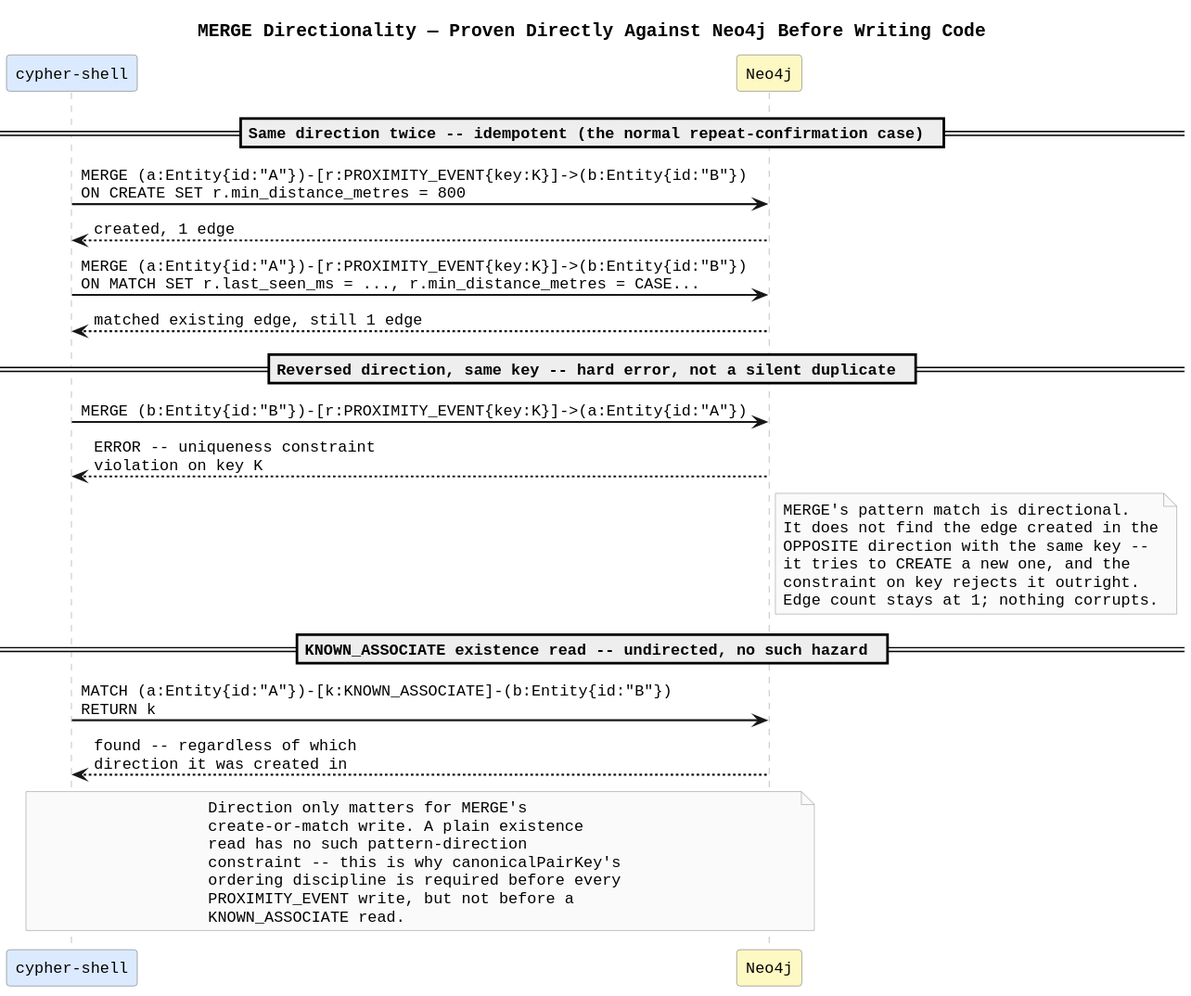
This is diagrams/docs/implementation/phase-05-correlation-worker/concepts/neo4j-proximity-event/merge-directionality.svg from Buffden/sentinel, a PlantUML export, as it was before one commit.
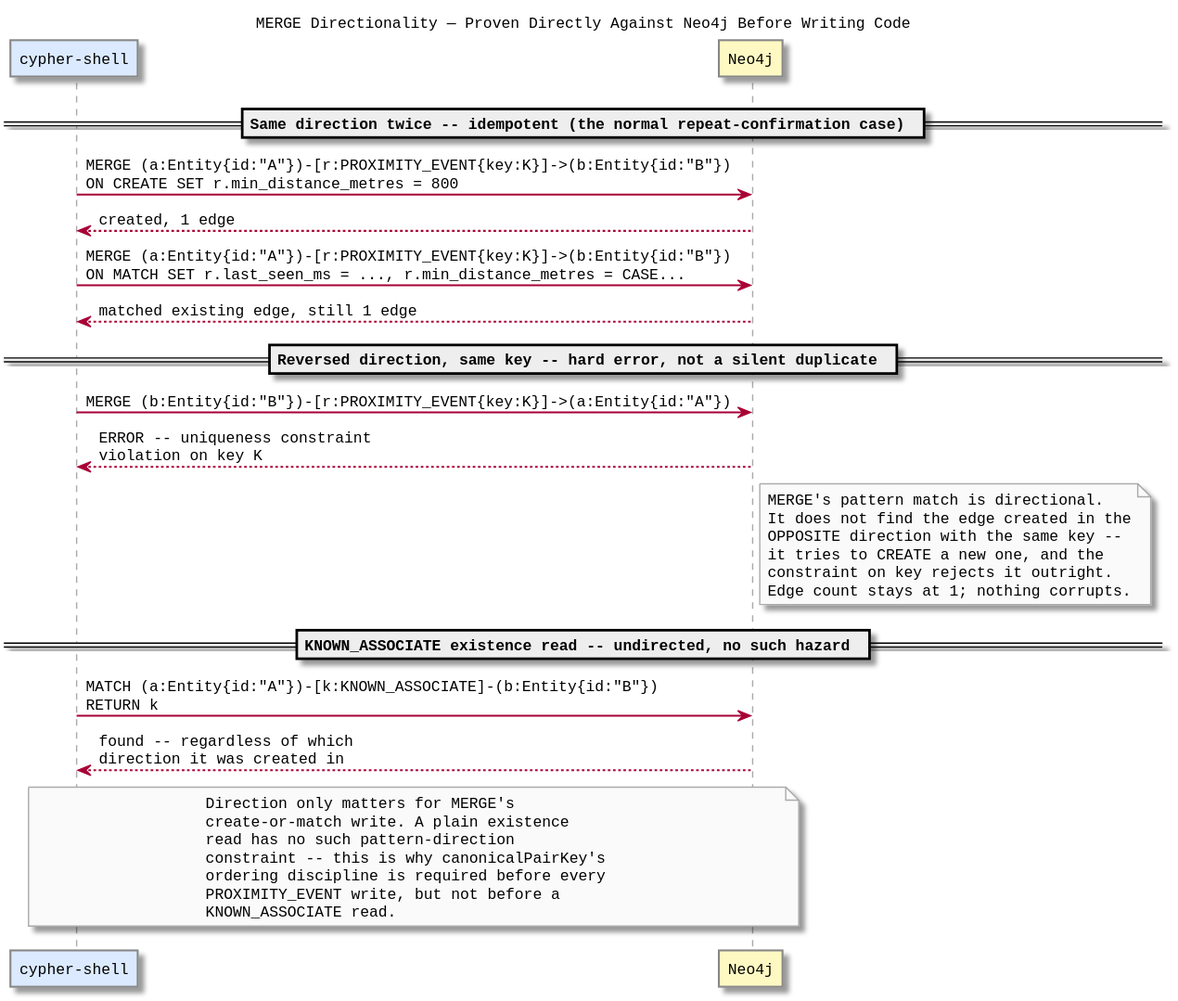
After the commit.

Diff of the diagram source:
```diff
@@ -1,4 +1,4 @@
-@startuml
+@startuml merge-directionality
 title MERGE Directionality — Proven Directly Against Neo4j Before Writing Code
 
 skinparam defaultFontName Monospaced
@@ -49,4 +49,5 @@
   PROXIMITY_EVENT write, but not before a
   KNOWN_ASSOCIATE read.
 end note
+
 @enduml
```
